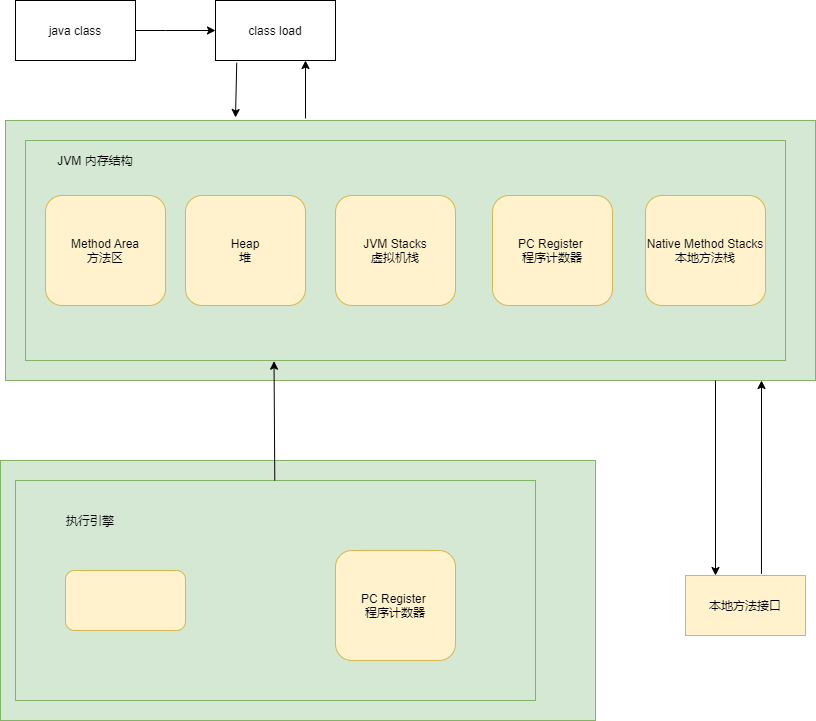
The draw.io diagram Untitled Diagram.png in wangruiling/MarkdownPhotos, before a commit. Source tidied: cells renumbered, new cells last; positions are measured from the earlier drawing's top-left corner, leaving out a move shared by most shapes.
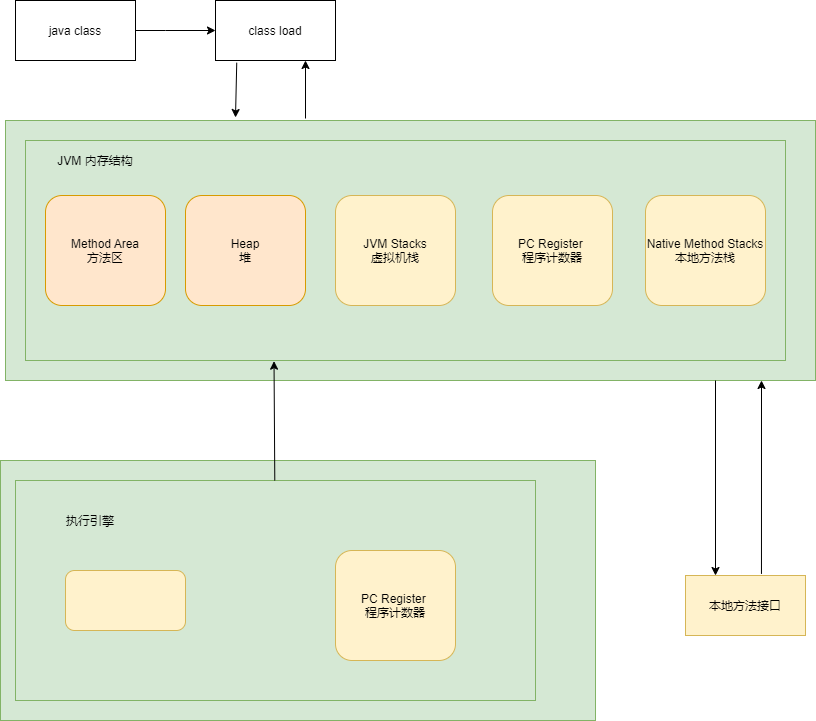
The same diagram one commit later.

Diff of the diagram source:
```diff
@@ -72,10 +72,10 @@
     <mxCell id="20" value="JVM Stacks&lt;br&gt;虚拟机栈" style="rounded=1;whiteSpace=wrap;html=1;fillColor=#fff2cc;strokeColor=#d6b656;" parent="1" vertex="1">
       <mxGeometry x="335" y="195" width="120" height="110" as="geometry" />
     </mxCell>
-    <mxCell id="21" value="Heap&lt;br&gt;堆" style="rounded=1;whiteSpace=wrap;html=1;fillColor=#fff2cc;strokeColor=#d6b656;" parent="1" vertex="1">
+    <mxCell id="21" value="Heap&lt;br&gt;堆" style="rounded=1;whiteSpace=wrap;html=1;fillColor=#ffe6cc;strokeColor=#d79b00;" parent="1" vertex="1">
       <mxGeometry x="185" y="195" width="120" height="110" as="geometry" />
     </mxCell>
-    <mxCell id="22" value="Method&amp;nbsp;Area&lt;br&gt;方法区" style="rounded=1;whiteSpace=wrap;html=1;fillColor=#fff2cc;strokeColor=#d6b656;" parent="1" vertex="1">
+    <mxCell id="22" value="Method&amp;nbsp;Area&lt;br&gt;方法区" style="rounded=1;whiteSpace=wrap;html=1;fillColor=#ffe6cc;strokeColor=#d79b00;" parent="1" vertex="1">
       <mxGeometry x="45" y="195" width="120" height="110" as="geometry" />
     </mxCell>
     <mxCell id="23" style="endArrow=classic;html=1;entryX=0.327;entryY=1.003;entryDx=0;entryDy=0;entryPerimeter=0;" parent="1" edge="1" source="12" target="3">
```
